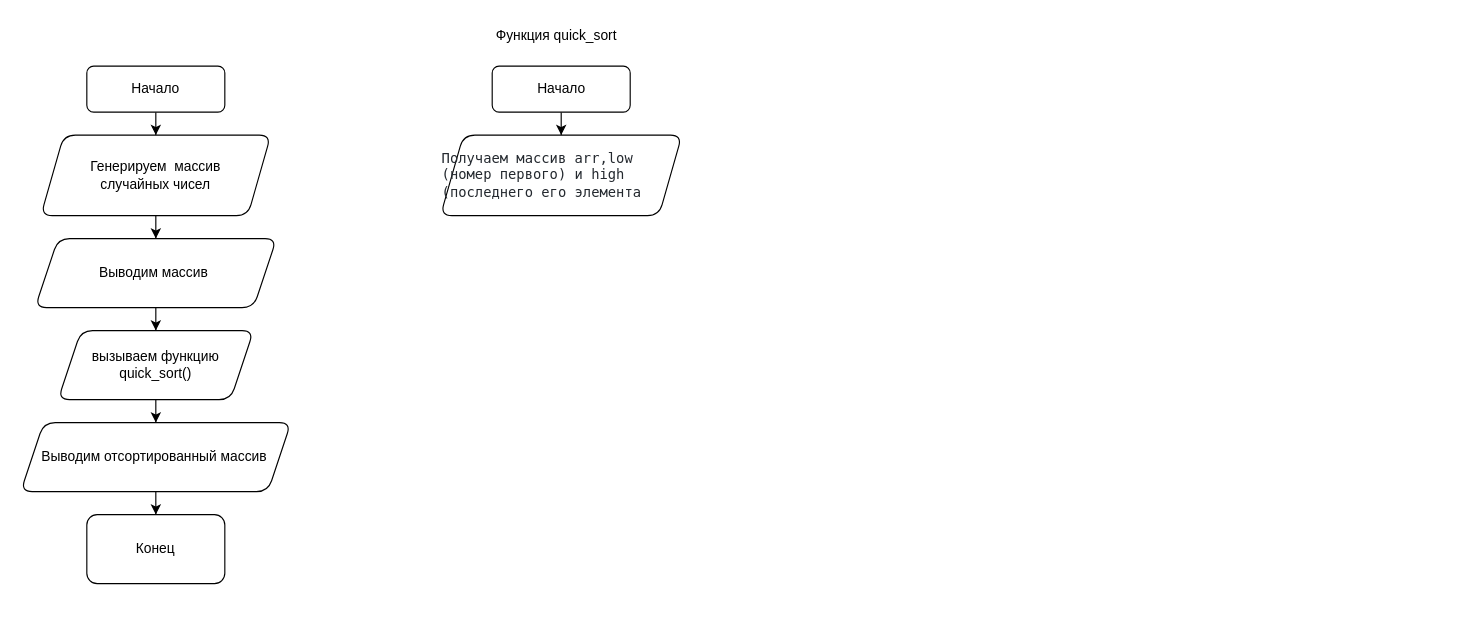
Earlier version of the draw.io diagram lab_2/quick_sort.drawio (async-master/nsm-avtf). Source tidied: cells renumbered, new cells numbered last; positions are measured from the earlier drawing's top-left corner, leaving out a move shared by most shapes. Both pictures are drawn from the tidied source at 115%, with x=0, y=0 at pixel (20, 20).
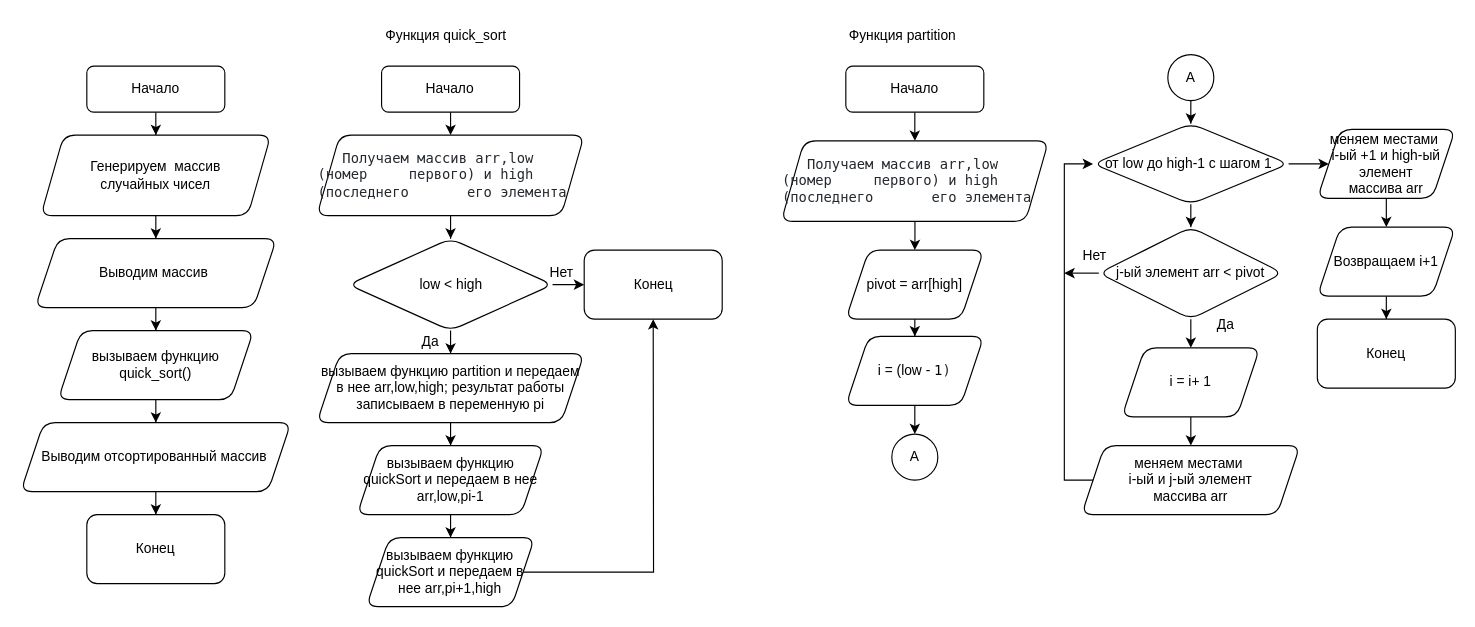
The same diagram, later.

The edit, as a diff of the source:
```diff
@@
     <mxCell id="13" value="Функция quick_sort&lt;span style=&quot;font-family: ui-monospace, SFMono-Regular, &amp;quot;SF Mono&amp;quot;, Menlo, Consolas, &amp;quot;Liberation Mono&amp;quot;, monospace; font-size: 12px; font-style: normal; font-variant-ligatures: normal; font-variant-caps: normal; font-weight: 400; letter-spacing: normal; orphans: 2; text-align: start; text-indent: 0px; text-transform: none; widows: 2; word-spacing: 0px; -webkit-text-stroke-width: 0px; background-color: rgb(255, 255, 255); text-decoration-thickness: initial; text-decoration-style: initial; text-decoration-color: initial; float: none; display: inline !important;&quot;&gt;&lt;/span&gt;" style="text;whiteSpace=wrap;html=1;" parent="1" vertex="1">
-      <mxGeometry x="411.8" width="117.5" height="40" as="geometry" />
+      <mxGeometry x="315.5" width="117.5" height="40" as="geometry" />
     </mxCell>
@@
     <mxCell id="15" value="Начало" style="rounded=1;whiteSpace=wrap;html=1;fontSize=12;glass=0;strokeWidth=1;shadow=0;" parent="1" vertex="1">
-      <mxGeometry x="410.5" y="40" width="120" height="40" as="geometry" />
+      <mxGeometry x="314.3" y="40" width="120" height="40" as="geometry" />
     </mxCell>
+    <mxCell id="17" style="edgeStyle=orthogonalEdgeStyle;rounded=0;jettySize=auto;html=1;" parent="1" edge="1" source="16" target="20">
+      <mxGeometry relative="1" as="geometry" />
+    </mxCell>
-    <mxCell id="16" value="&lt;div style=&quot;text-align: start;&quot;&gt;&lt;font face=&quot;ui-monospace, SFMono-Regular, SF Mono, Menlo, Consolas, Liberation Mono, monospace&quot; color=&quot;#24292f&quot;&gt;Получаем массив arr,low (номер первого) и high (последнего его элемента&lt;/font&gt;&lt;/div&gt;" style="shape=parallelogram;perimeter=parallelogramPerimeter;whiteSpace=wrap;html=1;fixedSize=1;rounded=1;" parent="1" vertex="1">
-      <mxGeometry x="365.5" y="100" width="210" height="70" as="geometry" />
+    <mxCell id="16" value="&lt;div style=&quot;text-align: start;&quot;&gt;&lt;font face=&quot;ui-monospace, SFMono-Regular, SF Mono, Menlo, Consolas, Liberation Mono, monospace&quot; color=&quot;#24292f&quot;&gt;&amp;nbsp; &amp;nbsp;Получаем массив arr,low (номер&amp;nbsp; &amp;nbsp; &amp;nbsp;первого) и high (последнего&amp;nbsp; &amp;nbsp; &amp;nbsp; &amp;nbsp;его элемента&lt;/font&gt;&lt;/div&gt;" style="shape=parallelogram;perimeter=parallelogramPerimeter;whiteSpace=wrap;html=1;fixedSize=1;rounded=1;" parent="1" vertex="1">
+      <mxGeometry x="258" y="100" width="232.5" height="70" as="geometry" />
     </mxCell>
+    <mxCell id="18" style="edgeStyle=orthogonalEdgeStyle;rounded=0;jettySize=auto;html=1;" parent="1" edge="1" source="20" target="22">
+      <mxGeometry relative="1" as="geometry" />
+    </mxCell>
+    <mxCell id="19" style="edgeStyle=orthogonalEdgeStyle;rounded=0;jettySize=auto;html=1;" parent="1" edge="1" source="20" target="27">
+      <mxGeometry relative="1" as="geometry" />
+    </mxCell>
+    <mxCell id="20" value="low &amp;lt; high" style="rhombus;whiteSpace=wrap;html=1;rounded=1;" parent="1" vertex="1">
+      <mxGeometry x="285.5" y="190" width="177.5" height="80" as="geometry" />
+    </mxCell>
+    <mxCell id="21" style="edgeStyle=orthogonalEdgeStyle;rounded=0;jettySize=auto;html=1;" parent="1" edge="1" source="22" target="25">
+      <mxGeometry relative="1" as="geometry" />
+    </mxCell>
+    <mxCell id="22" value="вызываем функцию partition и передаем в нее arr,low,high; результат работы записываем в переменную pi" style="shape=parallelogram;perimeter=parallelogramPerimeter;whiteSpace=wrap;html=1;fixedSize=1;rounded=1;" parent="1" vertex="1">
+      <mxGeometry x="258" y="290" width="232.5" height="60" as="geometry" />
+    </mxCell>
+    <mxCell id="23" value="Да" style="text;html=1;strokeColor=none;fillColor=none;align=center;verticalAlign=middle;whiteSpace=wrap;rounded=0;" parent="1" vertex="1">
+      <mxGeometry x="341.8" y="270" width="30" height="20" as="geometry" />
+    </mxCell>
+    <mxCell id="24" style="edgeStyle=orthogonalEdgeStyle;rounded=0;jettySize=auto;html=1;" parent="1" edge="1" source="25" target="26">
+      <mxGeometry relative="1" as="geometry" />
+    </mxCell>
+    <mxCell id="25" value="вызываем функцию quickSort и передаем в нее arr,low,pi-1" style="shape=parallelogram;perimeter=parallelogramPerimeter;whiteSpace=wrap;html=1;fixedSize=1;rounded=1;" parent="1" vertex="1">
+      <mxGeometry x="293" y="370" width="162.5" height="60" as="geometry" />
+    </mxCell>
+    <mxCell id="26" value="вызываем функцию quickSort и передаем в нее arr,pi+1,high" style="shape=parallelogram;perimeter=parallelogramPerimeter;whiteSpace=wrap;html=1;fixedSize=1;rounded=1;" parent="1" vertex="1">
+      <mxGeometry x="301.1" y="450" width="146.3" height="60" as="geometry" />
+    </mxCell>
+    <mxCell id="27" value="Конец" style="whiteSpace=wrap;html=1;rounded=1;" parent="1" vertex="1">
+      <mxGeometry x="490.5" y="200" width="120" height="60" as="geometry" />
+    </mxCell>
+    <mxCell id="28" style="endArrow=classic;html=1;rounded=0;exitX=1;exitY=0.5;exitDx=0;exitDy=0;entryX=0.5;entryY=1;entryDx=0;entryDy=0;" parent="1" edge="1" source="26" target="27">
+      <mxGeometry relative="1" as="geometry">
+        <Array as="points">
+          <mxPoint x="550.8" y="480" />
+        </Array>
+      </mxGeometry>
+    </mxCell>
+    <mxCell id="29" value="Нет&lt;br&gt;" style="text;html=1;strokeColor=none;fillColor=none;align=center;verticalAlign=middle;whiteSpace=wrap;rounded=0;" parent="1" vertex="1">
+      <mxGeometry x="455.5" y="210" width="30" height="20" as="geometry" />
+    </mxCell>
+    <mxCell id="30" value="Функция partition&lt;span style=&quot;font-family: ui-monospace, SFMono-Regular, &amp;quot;SF Mono&amp;quot;, Menlo, Consolas, &amp;quot;Liberation Mono&amp;quot;, monospace; font-size: 12px; font-style: normal; font-variant-ligatures: normal; font-variant-caps: normal; font-weight: 400; letter-spacing: normal; orphans: 2; text-align: start; text-indent: 0px; text-transform: none; widows: 2; word-spacing: 0px; -webkit-text-stroke-width: 0px; background-color: rgb(255, 255, 255); text-decoration-thickness: initial; text-decoration-style: initial; text-decoration-color: initial; float: none; display: inline !important;&quot;&gt;&lt;br&gt;&lt;/span&gt;" style="text;whiteSpace=wrap;html=1;" parent="1" vertex="1">
+      <mxGeometry x="719.3" width="117.5" height="40" as="geometry" />
+    </mxCell>
+    <mxCell id="31" style="edgeStyle=orthogonalEdgeStyle;rounded=0;jettySize=auto;html=1;" parent="1" edge="1" source="32" target="34">
+      <mxGeometry relative="1" as="geometry" />
+    </mxCell>
+    <mxCell id="32" value="Начало" style="rounded=1;whiteSpace=wrap;html=1;fontSize=12;glass=0;strokeWidth=1;shadow=0;" parent="1" vertex="1">
+      <mxGeometry x="718" y="40" width="120" height="40" as="geometry" />
+    </mxCell>
+    <mxCell id="33" style="edgeStyle=orthogonalEdgeStyle;rounded=0;jettySize=auto;html=1;" parent="1" edge="1" source="34" target="36">
+      <mxGeometry relative="1" as="geometry" />
+    </mxCell>
+    <mxCell id="34" value="&lt;div style=&quot;text-align: start;&quot;&gt;&lt;font face=&quot;ui-monospace, SFMono-Regular, SF Mono, Menlo, Consolas, Liberation Mono, monospace&quot; color=&quot;#24292f&quot;&gt;&amp;nbsp; &amp;nbsp;Получаем массив arr,low (номер&amp;nbsp; &amp;nbsp; &amp;nbsp;первого) и high (последнего&amp;nbsp; &amp;nbsp; &amp;nbsp; &amp;nbsp;его элемента&lt;/font&gt;&lt;/div&gt;" style="shape=parallelogram;perimeter=parallelogramPerimeter;whiteSpace=wrap;html=1;fixedSize=1;rounded=1;" parent="1" vertex="1">
+      <mxGeometry x="661.8" y="105" width="232.5" height="70" as="geometry" />
+    </mxCell>
+    <mxCell id="35" style="edgeStyle=orthogonalEdgeStyle;rounded=0;jettySize=auto;html=1;" parent="1" edge="1" source="36" target="38">
+      <mxGeometry relative="1" as="geometry" />
+    </mxCell>
+    <mxCell id="36" value="pivot = arr[high]" style="shape=parallelogram;perimeter=parallelogramPerimeter;whiteSpace=wrap;html=1;fixedSize=1;rounded=1;" parent="1" vertex="1">
+      <mxGeometry x="718" y="200" width="120" height="60" as="geometry" />
+    </mxCell>
+    <mxCell id="37" style="edgeStyle=orthogonalEdgeStyle;rounded=0;jettySize=auto;html=1;" parent="1" edge="1" source="38" target="58">
+      <mxGeometry relative="1" as="geometry" />
+    </mxCell>
+    <mxCell id="38" value="i = (low - &lt;span style=&quot;box-sizing: border-box; color: var(--color-prettylights-syntax-constant); font-family: ui-monospace, SFMono-Regular, &amp;quot;SF Mono&amp;quot;, Menlo, Consolas, &amp;quot;Liberation Mono&amp;quot;, monospace; text-align: start; background-color: rgb(255, 255, 255);&quot; class=&quot;pl-c1&quot;&gt;1&lt;/span&gt;&lt;span style=&quot;color: rgb(36, 41, 47); font-family: ui-monospace, SFMono-Regular, &amp;quot;SF Mono&amp;quot;, Menlo, Consolas, &amp;quot;Liberation Mono&amp;quot;, monospace; text-align: start; background-color: rgb(255, 255, 255);&quot;&gt;)&lt;/span&gt;" style="shape=parallelogram;perimeter=parallelogramPerimeter;whiteSpace=wrap;html=1;fixedSize=1;rounded=1;" parent="1" vertex="1">
+      <mxGeometry x="718" y="275" width="120" height="60" as="geometry" />
+    </mxCell>
+    <mxCell id="39" style="edgeStyle=orthogonalEdgeStyle;rounded=0;jettySize=auto;html=1;" parent="1" edge="1" source="41" target="43">
+      <mxGeometry relative="1" as="geometry" />
+    </mxCell>
+    <mxCell id="40" style="edgeStyle=orthogonalEdgeStyle;rounded=0;jettySize=auto;html=1;" parent="1" edge="1" source="41" target="52">
+      <mxGeometry relative="1" as="geometry" />
+    </mxCell>
+    <mxCell id="41" value="от low до high-1 с шагом 1&amp;nbsp;" style="rhombus;whiteSpace=wrap;html=1;rounded=1;" parent="1" vertex="1">
+      <mxGeometry x="933" y="90" width="170" height="70" as="geometry" />
+    </mxCell>
+    <mxCell id="42" style="edgeStyle=orthogonalEdgeStyle;rounded=0;jettySize=auto;html=1;" parent="1" edge="1" source="43" target="45">
+      <mxGeometry relative="1" as="geometry" />
+    </mxCell>
+    <mxCell id="43" value="j-ый элемент arr &amp;lt; pivot" style="rhombus;whiteSpace=wrap;html=1;rounded=1;" parent="1" vertex="1">
+      <mxGeometry x="938" y="180" width="160" height="80" as="geometry" />
+    </mxCell>
+    <mxCell id="44" style="edgeStyle=orthogonalEdgeStyle;rounded=0;jettySize=auto;html=1;" parent="1" edge="1" source="45" target="46">
+      <mxGeometry relative="1" as="geometry" />
+    </mxCell>
+    <mxCell id="45" value="i = i+ 1" style="shape=parallelogram;perimeter=parallelogramPerimeter;whiteSpace=wrap;html=1;fixedSize=1;rounded=1;" parent="1" vertex="1">
+      <mxGeometry x="958" y="285" width="120" height="60" as="geometry" />
+    </mxCell>
+    <mxCell id="46" value="меняем местами&amp;nbsp;&lt;br&gt;i-ый и j-ый элемент&lt;br&gt;массива arr" style="shape=parallelogram;perimeter=parallelogramPerimeter;whiteSpace=wrap;html=1;fixedSize=1;rounded=1;" parent="1" vertex="1">
+      <mxGeometry x="923" y="370" width="190" height="60" as="geometry" />
+    </mxCell>
+    <mxCell id="47" style="endArrow=classic;html=1;rounded=0;exitX=0;exitY=0.5;exitDx=0;exitDy=0;entryX=0;entryY=0.5;entryDx=0;entryDy=0;" parent="1" edge="1" source="46" target="41">
+      <mxGeometry relative="1" as="geometry">
+        <Array as="points">
+          <mxPoint x="908" y="400" />
+          <mxPoint x="908" y="125" />
+        </Array>
+      </mxGeometry>
+    </mxCell>
+    <mxCell id="48" value="Да" style="text;html=1;align=center;verticalAlign=middle;strokeColor=none;fillColor=none;" parent="1" vertex="1">
+      <mxGeometry x="1028" y="250" width="40" height="30" as="geometry" />
+    </mxCell>
+    <mxCell id="49" value="Нет" style="text;html=1;strokeColor=none;fillColor=none;align=center;verticalAlign=middle;whiteSpace=wrap;rounded=0;" parent="1" vertex="1">
+      <mxGeometry x="923" y="200" width="23" height="10" as="geometry" />
+    </mxCell>
+    <mxCell id="50" style="endArrow=classic;html=1;rounded=0;exitX=0;exitY=0.5;exitDx=0;exitDy=0;" parent="1" edge="1" source="43">
+      <mxGeometry relative="1" as="geometry">
+        <mxPoint x="908" y="220" as="targetPoint" />
+      </mxGeometry>
+    </mxCell>
+    <mxCell id="51" style="edgeStyle=orthogonalEdgeStyle;rounded=0;jettySize=auto;html=1;" parent="1" edge="1" source="52" target="54">
+      <mxGeometry relative="1" as="geometry" />
+    </mxCell>
+    <mxCell id="52" value="меняем местами&amp;nbsp;&lt;br style=&quot;border-color: var(--border-color);&quot;&gt;i-ый +1 и high-ый элемент&lt;br style=&quot;border-color: var(--border-color);&quot;&gt;массива arr" style="shape=parallelogram;perimeter=parallelogramPerimeter;whiteSpace=wrap;html=1;fixedSize=1;rounded=1;" parent="1" vertex="1">
+      <mxGeometry x="1128" y="95" width="120" height="60" as="geometry" />
+    </mxCell>
+    <mxCell id="53" style="edgeStyle=orthogonalEdgeStyle;rounded=0;jettySize=auto;html=1;" parent="1" edge="1" source="54" target="55">
+      <mxGeometry relative="1" as="geometry" />
+    </mxCell>
+    <mxCell id="54" value="Возвращаем i+1" style="shape=parallelogram;perimeter=parallelogramPerimeter;whiteSpace=wrap;html=1;fixedSize=1;rounded=1;" parent="1" vertex="1">
+      <mxGeometry x="1128" y="180" width="120" height="60" as="geometry" />
+    </mxCell>
+    <mxCell id="55" value="Конец" style="whiteSpace=wrap;html=1;rounded=1;" parent="1" vertex="1">
+      <mxGeometry x="1128" y="260" width="120" height="60" as="geometry" />
+    </mxCell>
+    <mxCell id="56" style="edgeStyle=orthogonalEdgeStyle;rounded=0;jettySize=auto;html=1;" parent="1" edge="1" source="57" target="41">
+      <mxGeometry relative="1" as="geometry" />
+    </mxCell>
+    <mxCell id="57" value="A" style="ellipse;whiteSpace=wrap;html=1;rounded=1;" parent="1" vertex="1">
+      <mxGeometry x="998" y="30" width="40" height="40" as="geometry" />
+    </mxCell>
+    <mxCell id="58" value="A" style="ellipse;whiteSpace=wrap;html=1;rounded=1;" parent="1" vertex="1">
+      <mxGeometry x="758" y="360" width="40" height="40" as="geometry" />
+    </mxCell>
```
